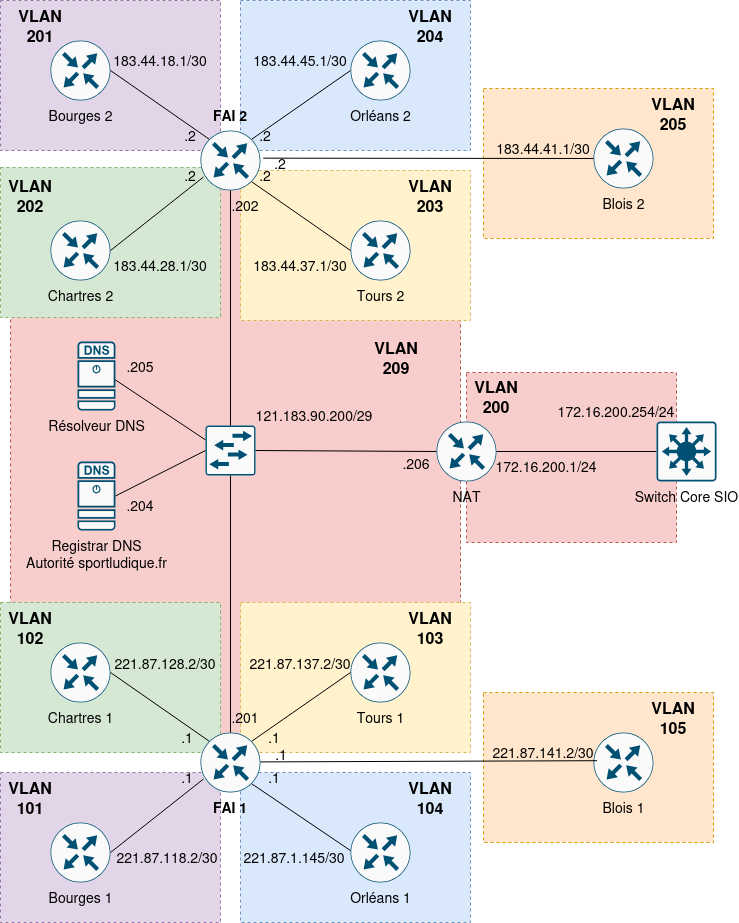
Above: docs/medias/infrastructure/sportludique.png in lmeryFulbert/SportLudique2026-2027 (draw.io), before the change. Source tidied: cells renumbered, new cells last; positions are measured from the earlier drawing's top-left corner, leaving out a move shared by most shapes.
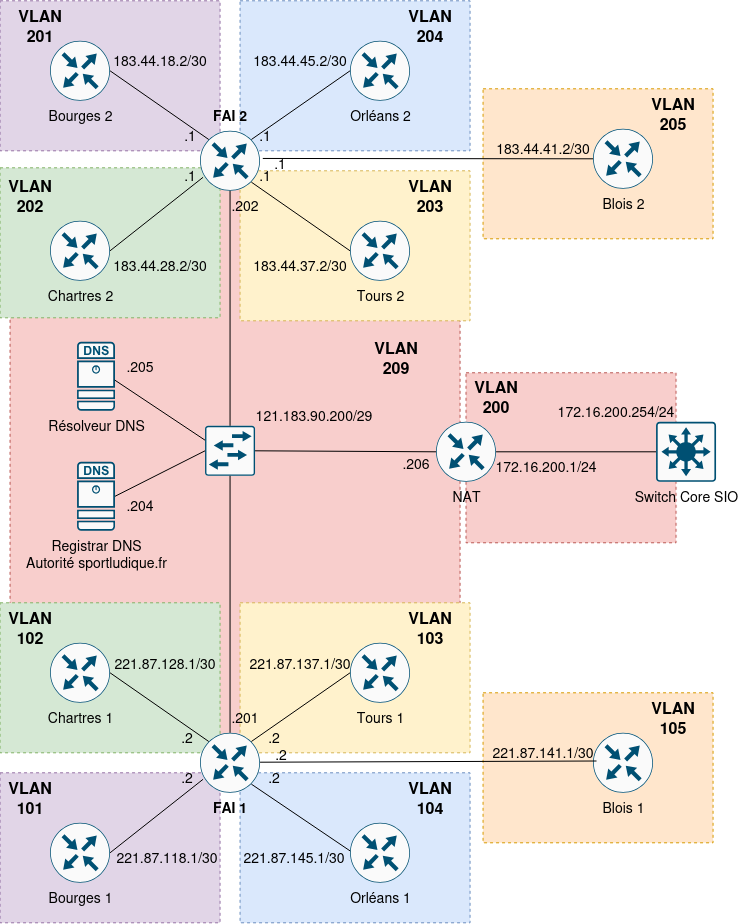
The same file after the commit.

Diff of the diagram source:
```diff
@@ -119,55 +119,55 @@
     <mxCell id="40" value="Switch Core SIO" style="sketch=0;points=[[0.015,0.015,0],[0.985,0.015,0],[0.985,0.985,0],[0.015,0.985,0],[0.25,0,0],[0.5,0,0],[0.75,0,0],[1,0.25,0],[1,0.5,0],[1,0.75,0],[0.75,1,0],[0.5,1,0],[0.25,1,0],[0,0.75,0],[0,0.5,0],[0,0.25,0]];verticalLabelPosition=bottom;html=1;verticalAlign=top;align=center;shape=mxgraph.cisco19.rect;prIcon=l3_switch;fillColor=#FAFAFA;strokeColor=#005073;fontSize=14;" parent="1" vertex="1">
       <mxGeometry x="656" y="421" width="60" height="60" as="geometry" />
     </mxCell>
-    <mxCell id="41" value="183.44.18.1/30" style="text;html=1;whiteSpace=wrap;strokeColor=none;fillColor=none;align=center;verticalAlign=middle;rounded=0;fontSize=14;" parent="1" vertex="1">
+    <mxCell id="41" value="183.44.18.2/30" style="text;html=1;whiteSpace=wrap;strokeColor=none;fillColor=none;align=center;verticalAlign=middle;rounded=0;fontSize=14;" parent="1" vertex="1">
       <mxGeometry x="130" y="45" width="60" height="30" as="geometry" />
     </mxCell>
-    <mxCell id="42" value="183.44.28.1/30" style="text;html=1;whiteSpace=wrap;strokeColor=none;fillColor=none;align=center;verticalAlign=middle;rounded=0;fontSize=14;" parent="1" vertex="1">
+    <mxCell id="42" value="183.44.28.2/30" style="text;html=1;whiteSpace=wrap;strokeColor=none;fillColor=none;align=center;verticalAlign=middle;rounded=0;fontSize=14;" parent="1" vertex="1">
       <mxGeometry x="130" y="250" width="60" height="30" as="geometry" />
     </mxCell>
-    <mxCell id="43" value="183.44.37.1/30" style="text;html=1;whiteSpace=wrap;strokeColor=none;fillColor=none;align=center;verticalAlign=middle;rounded=0;fontSize=14;" parent="1" vertex="1">
+    <mxCell id="43" value="183.44.37.2/30" style="text;html=1;whiteSpace=wrap;strokeColor=none;fillColor=none;align=center;verticalAlign=middle;rounded=0;fontSize=14;" parent="1" vertex="1">
       <mxGeometry x="270" y="250" width="60" height="30" as="geometry" />
     </mxCell>
-    <mxCell id="44" value="183.44.45.1/30" style="text;html=1;whiteSpace=wrap;strokeColor=none;fillColor=none;align=center;verticalAlign=middle;rounded=0;fontSize=14;" parent="1" vertex="1">
+    <mxCell id="44" value="183.44.45.2/30" style="text;html=1;whiteSpace=wrap;strokeColor=none;fillColor=none;align=center;verticalAlign=middle;rounded=0;fontSize=14;" parent="1" vertex="1">
       <mxGeometry x="270" y="45" width="60" height="30" as="geometry" />
     </mxCell>
-    <mxCell id="45" value=".2" style="text;html=1;whiteSpace=wrap;strokeColor=none;fillColor=none;align=center;verticalAlign=middle;rounded=0;fontSize=14;" parent="1" vertex="1">
+    <mxCell id="45" value=".1" style="text;html=1;whiteSpace=wrap;strokeColor=none;fillColor=none;align=center;verticalAlign=middle;rounded=0;fontSize=14;" parent="1" vertex="1">
       <mxGeometry x="255" y="160" width="20" height="30" as="geometry" />
     </mxCell>
-    <mxCell id="46" value=".2" style="text;html=1;whiteSpace=wrap;strokeColor=none;fillColor=none;align=center;verticalAlign=middle;rounded=0;fontSize=14;" parent="1" vertex="1">
+    <mxCell id="46" value=".1" style="text;html=1;whiteSpace=wrap;strokeColor=none;fillColor=none;align=center;verticalAlign=middle;rounded=0;fontSize=14;" parent="1" vertex="1">
       <mxGeometry x="255" y="120" width="20" height="30" as="geometry" />
     </mxCell>
-    <mxCell id="47" value=".2" style="text;html=1;whiteSpace=wrap;strokeColor=none;fillColor=none;align=center;verticalAlign=middle;rounded=0;fontSize=14;" parent="1" vertex="1">
+    <mxCell id="47" value=".1" style="text;html=1;whiteSpace=wrap;strokeColor=none;fillColor=none;align=center;verticalAlign=middle;rounded=0;fontSize=14;" parent="1" vertex="1">
       <mxGeometry x="180" y="120" width="20" height="30" as="geometry" />
     </mxCell>
-    <mxCell id="48" value=".2" style="text;html=1;whiteSpace=wrap;strokeColor=none;fillColor=none;align=center;verticalAlign=middle;rounded=0;fontSize=14;" parent="1" vertex="1">
+    <mxCell id="48" value=".1" style="text;html=1;whiteSpace=wrap;strokeColor=none;fillColor=none;align=center;verticalAlign=middle;rounded=0;fontSize=14;" parent="1" vertex="1">
       <mxGeometry x="180" y="160" width="20" height="30" as="geometry" />
     </mxCell>
-    <mxCell id="49" value="221.87.128.2/30" style="text;html=1;whiteSpace=wrap;strokeColor=none;fillColor=none;align=center;verticalAlign=middle;rounded=0;fontSize=14;" parent="1" vertex="1">
+    <mxCell id="49" value="221.87.128.1/30" style="text;html=1;whiteSpace=wrap;strokeColor=none;fillColor=none;align=center;verticalAlign=middle;rounded=0;fontSize=14;" parent="1" vertex="1">
       <mxGeometry x="135" y="648" width="60" height="30" as="geometry" />
     </mxCell>
-    <mxCell id="50" value="221.87.118.2/30" style="text;html=1;whiteSpace=wrap;strokeColor=none;fillColor=none;align=center;verticalAlign=middle;rounded=0;fontSize=14;" parent="1" vertex="1">
+    <mxCell id="50" value="221.87.118.1/30" style="text;html=1;whiteSpace=wrap;strokeColor=none;fillColor=none;align=center;verticalAlign=middle;rounded=0;fontSize=14;" parent="1" vertex="1">
       <mxGeometry x="137" y="842" width="60" height="30" as="geometry" />
     </mxCell>
-    <mxCell id="51" value="221.87.137.2/30" style="text;html=1;whiteSpace=wrap;strokeColor=none;fillColor=none;align=center;verticalAlign=middle;rounded=0;fontSize=14;" parent="1" vertex="1">
+    <mxCell id="51" value="221.87.137.1/30" style="text;html=1;whiteSpace=wrap;strokeColor=none;fillColor=none;align=center;verticalAlign=middle;rounded=0;fontSize=14;" parent="1" vertex="1">
       <mxGeometry x="270" y="648" width="60" height="30" as="geometry" />
     </mxCell>
-    <mxCell id="52" value="221.87.1.145/30" style="text;html=1;whiteSpace=wrap;strokeColor=none;fillColor=none;align=center;verticalAlign=middle;rounded=0;fontSize=14;" parent="1" vertex="1">
+    <mxCell id="52" value="221.87.145.1/30" style="text;html=1;whiteSpace=wrap;strokeColor=none;fillColor=none;align=center;verticalAlign=middle;rounded=0;fontSize=14;" parent="1" vertex="1">
       <mxGeometry x="264" y="842" width="60" height="30" as="geometry" />
     </mxCell>
     <mxCell id="53" value="121.183.90.200/29" style="text;html=1;whiteSpace=wrap;strokeColor=none;fillColor=none;align=center;verticalAlign=middle;rounded=0;fontSize=14;" parent="1" vertex="1">
       <mxGeometry x="284" y="400" width="60" height="30" as="geometry" />
     </mxCell>
-    <mxCell id="54" value=".1" style="text;html=1;whiteSpace=wrap;strokeColor=none;fillColor=none;align=center;verticalAlign=middle;rounded=0;fontSize=14;" parent="1" vertex="1">
+    <mxCell id="54" value=".2" style="text;html=1;whiteSpace=wrap;strokeColor=none;fillColor=none;align=center;verticalAlign=middle;rounded=0;fontSize=14;" parent="1" vertex="1">
       <mxGeometry x="177" y="722" width="20" height="30" as="geometry" />
     </mxCell>
-    <mxCell id="55" value=".1" style="text;html=1;whiteSpace=wrap;strokeColor=none;fillColor=none;align=center;verticalAlign=middle;rounded=0;fontSize=14;" parent="1" vertex="1">
+    <mxCell id="55" value=".2" style="text;html=1;whiteSpace=wrap;strokeColor=none;fillColor=none;align=center;verticalAlign=middle;rounded=0;fontSize=14;" parent="1" vertex="1">
       <mxGeometry x="177" y="762" width="20" height="30" as="geometry" />
     </mxCell>
-    <mxCell id="56" value=".1" style="text;html=1;whiteSpace=wrap;strokeColor=none;fillColor=none;align=center;verticalAlign=middle;rounded=0;fontSize=14;" parent="1" vertex="1">
+    <mxCell id="56" value=".2" style="text;html=1;whiteSpace=wrap;strokeColor=none;fillColor=none;align=center;verticalAlign=middle;rounded=0;fontSize=14;" parent="1" vertex="1">
       <mxGeometry x="264" y="722" width="20" height="30" as="geometry" />
     </mxCell>
-    <mxCell id="57" value=".1" style="text;html=1;whiteSpace=wrap;strokeColor=none;fillColor=none;align=center;verticalAlign=middle;rounded=0;fontSize=14;" parent="1" vertex="1">
+    <mxCell id="57" value=".2" style="text;html=1;whiteSpace=wrap;strokeColor=none;fillColor=none;align=center;verticalAlign=middle;rounded=0;fontSize=14;" parent="1" vertex="1">
       <mxGeometry x="264" y="762" width="20" height="30" as="geometry" />
     </mxCell>
     <mxCell id="58" value=".202" style="text;html=1;whiteSpace=wrap;strokeColor=none;fillColor=none;align=center;verticalAlign=middle;rounded=0;fontSize=14;" parent="1" vertex="1">
@@ -236,10 +236,10 @@
     <mxCell id="79" style="endArrow=none;html=1;rounded=0;exitX=0;exitY=0.5;exitDx=0;exitDy=0;exitPerimeter=0;entryX=1.046;entryY=0.461;entryDx=0;entryDy=0;entryPerimeter=0;" parent="1" edge="1" source="78" target="13">
       <mxGeometry relative="1" as="geometry" />
     </mxCell>
-    <mxCell id="80" value="183.44.41.1/30" style="text;html=1;whiteSpace=wrap;strokeColor=none;fillColor=none;align=center;verticalAlign=middle;rounded=0;fontSize=14;" parent="1" vertex="1">
+    <mxCell id="80" value="183.44.41.2/30" style="text;html=1;whiteSpace=wrap;strokeColor=none;fillColor=none;align=center;verticalAlign=middle;rounded=0;fontSize=14;" parent="1" vertex="1">
       <mxGeometry x="513" y="133" width="60" height="30" as="geometry" />
     </mxCell>
-    <mxCell id="81" value=".2" style="text;html=1;whiteSpace=wrap;strokeColor=none;fillColor=none;align=center;verticalAlign=middle;rounded=0;fontSize=14;" parent="1" vertex="1">
+    <mxCell id="81" value=".1" style="text;html=1;whiteSpace=wrap;strokeColor=none;fillColor=none;align=center;verticalAlign=middle;rounded=0;fontSize=14;" parent="1" vertex="1">
       <mxGeometry x="270" y="148" width="20" height="30" as="geometry" />
     </mxCell>
     <mxCell id="82" value="VLAN 205" style="text;html=1;whiteSpace=wrap;strokeColor=none;fillColor=none;align=center;verticalAlign=middle;rounded=0;fontSize=16;fontStyle=1;" parent="1" vertex="1">
@@ -251,7 +251,7 @@
     <mxCell id="84" value="Blois 1" style="sketch=0;points=[[0.5,0,0],[1,0.5,0],[0.5,1,0],[0,0.5,0],[0.145,0.145,0],[0.8555,0.145,0],[0.855,0.8555,0],[0.145,0.855,0]];verticalLabelPosition=bottom;html=1;verticalAlign=top;align=center;shape=mxgraph.cisco19.rect;prIcon=router;fillColor=#FAFAFA;strokeColor=#005073;fontSize=14;" parent="1" vertex="1">
       <mxGeometry x="593" y="732" width="60" height="60" as="geometry" />
     </mxCell>
-    <mxCell id="85" value="221.87.141.2/30" style="text;html=1;whiteSpace=wrap;strokeColor=none;fillColor=none;align=center;verticalAlign=middle;rounded=0;fontSize=14;" parent="1" vertex="1">
+    <mxCell id="85" value="221.87.141.1/30" style="text;html=1;whiteSpace=wrap;strokeColor=none;fillColor=none;align=center;verticalAlign=middle;rounded=0;fontSize=14;" parent="1" vertex="1">
       <mxGeometry x="513" y="737" width="60" height="30" as="geometry" />
     </mxCell>
     <mxCell id="86" value="VLAN 105" style="text;html=1;whiteSpace=wrap;strokeColor=none;fillColor=none;align=center;verticalAlign=middle;rounded=0;fontSize=16;fontStyle=1;" parent="1" vertex="1">
@@ -262,7 +262,7 @@
         <mxPoint x="260" y="761.4" as="targetPoint" />
       </mxGeometry>
     </mxCell>
-    <mxCell id="88" value=".1" style="text;html=1;whiteSpace=wrap;strokeColor=none;fillColor=none;align=center;verticalAlign=middle;rounded=0;fontSize=14;" parent="1" vertex="1">
+    <mxCell id="88" value=".2" style="text;html=1;whiteSpace=wrap;strokeColor=none;fillColor=none;align=center;verticalAlign=middle;rounded=0;fontSize=14;" parent="1" vertex="1">
       <mxGeometry x="271" y="739" width="20" height="30" as="geometry" />
     </mxCell>
   </root>
```
